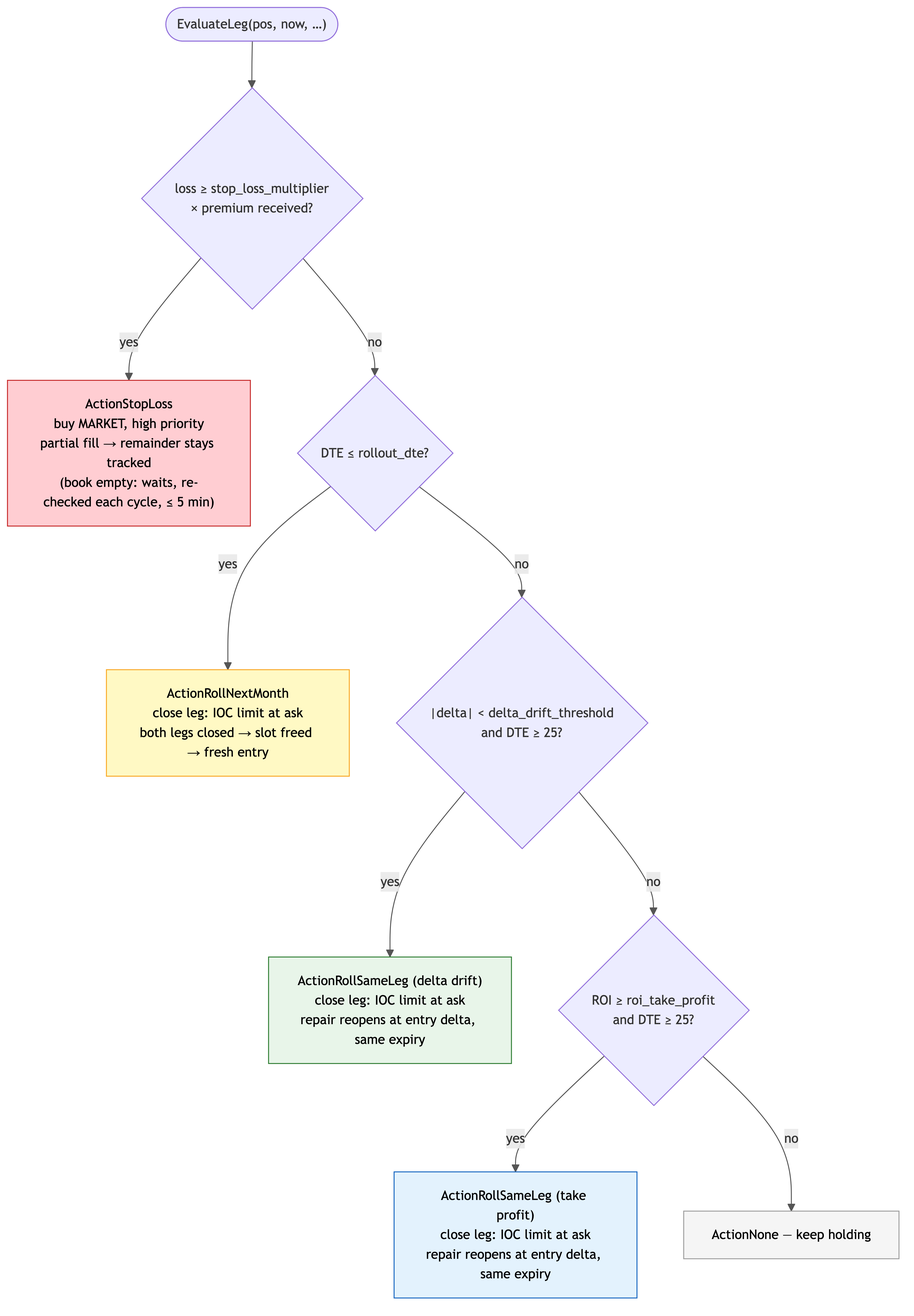
Earlier version of the Mermaid export docs/strategy_rollout.png (rchau73/optionsBot). Its source is kept beside it as docs/strategy_rollout.mmd.
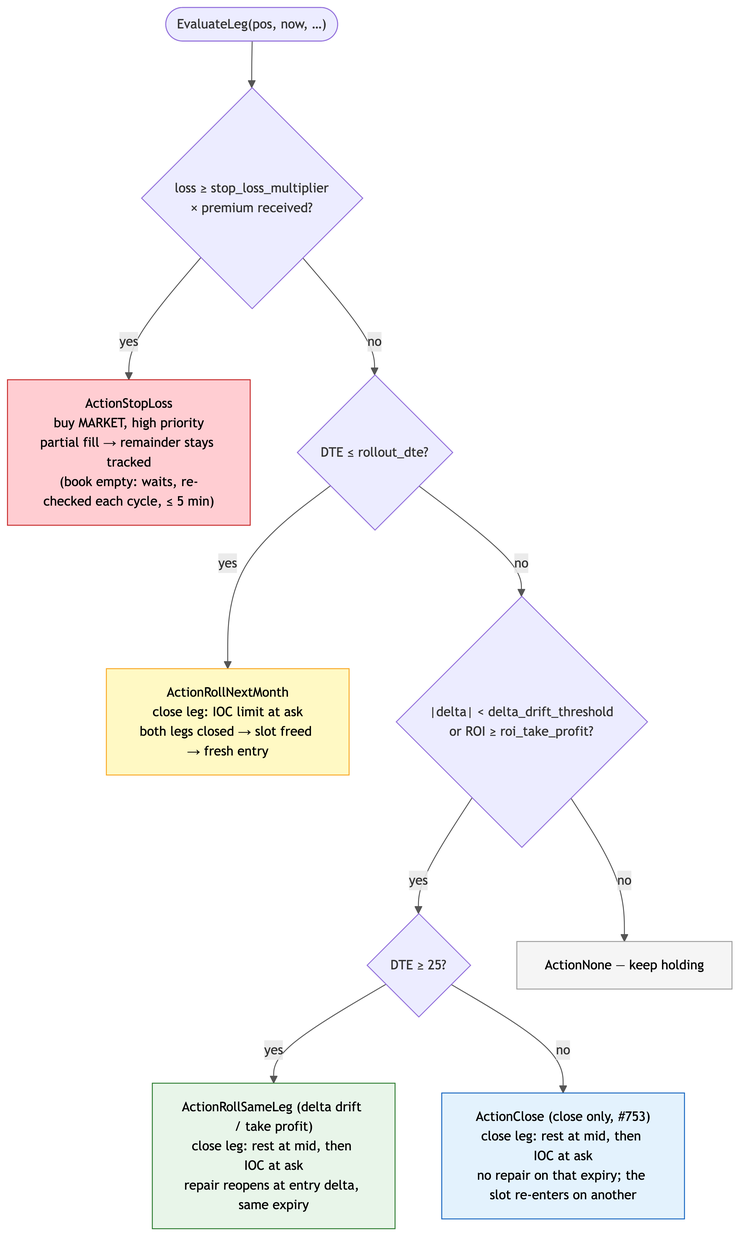
The same diagram one commit later.

Change to the diagram source:
```diff
@@ -3,11 +3,11 @@
     B -- "yes" --> C["ActionStopLoss<br/>buy MARKET, high priority<br/>partial fill → remainder stays tracked<br/>(book empty: waits, re-checked each cycle, ≤ 5 min)"]
     B -- "no" --> D{"DTE ≤ rollout_dte?"}
     D -- "yes" --> E["ActionRollNextMonth<br/>close leg: IOC limit at ask<br/>both legs closed → slot freed → fresh entry"]
-    D -- "no" --> F{"|delta| < delta_drift_threshold<br/>and DTE ≥ 25?"}
-    F -- "yes" --> G["ActionRollSameLeg (delta drift)<br/>close leg: IOC limit at ask<br/>repair reopens at entry delta, same expiry"]
-    F -- "no" --> H{"ROI ≥ roi_take_profit<br/>and DTE ≥ 25?"}
-    H -- "yes" --> I["ActionRollSameLeg (take profit)<br/>close leg: IOC limit at ask<br/>repair reopens at entry delta, same expiry"]
-    H -- "no" --> J["ActionNone — keep holding"]
+    D -- "no" --> F{"|delta| < delta_drift_threshold<br/>or ROI ≥ roi_take_profit?"}
+    F -- "yes" --> H{"DTE ≥ 25?"}
+    H -- "yes" --> G["ActionRollSameLeg (delta drift / take profit)<br/>close leg: rest at mid, then IOC at ask<br/>repair reopens at entry delta, same expiry"]
+    H -- "no" --> I["ActionClose (close only, #753)<br/>close leg: rest at mid, then IOC at ask<br/>no repair on that expiry; the slot re-enters on another"]
+    F -- "no" --> J["ActionNone — keep holding"]
     style C fill:#ffcdd2,stroke:#c62828,color:#000
     style E fill:#fff9c4,stroke:#f9a825,color:#000
     style G fill:#e8f5e9,stroke:#2e7d32,color:#000
```
